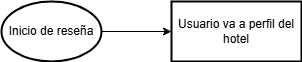
This is Flujograma de reseñas.png from DjGuetta/App-Hotel-Management, a draw.io export, as it was before one commit. Source tidied: cells renumbered, new cells last; positions are measured from the earlier drawing's top-left corner, leaving out a move shared by most shapes.
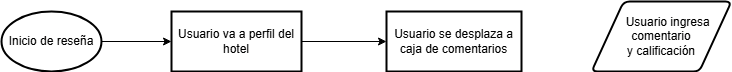
The same file after the commit.

The edit, as a diff of the source:
```diff
@@ -8,8 +8,17 @@
     <mxCell id="3" value="Inicio de reseña" style="strokeWidth=2;html=1;shape=mxgraph.flowchart.start_1;whiteSpace=wrap;" parent="1" vertex="1">
       <mxGeometry width="100" height="60" as="geometry" />
     </mxCell>
+    <mxCell id="5" style="edgeStyle=orthogonalEdgeStyle;rounded=0;jettySize=auto;html=1;" parent="1" edge="1" source="4" target="6">
+      <mxGeometry relative="1" as="geometry" />
+    </mxCell>
     <mxCell id="4" value="Usuario va a perfil del hotel" style="whiteSpace=wrap;html=1;strokeWidth=2;" parent="1" vertex="1">
       <mxGeometry x="170" width="130" height="60" as="geometry" />
     </mxCell>
+    <mxCell id="6" value="Usuario se desplaza a caja de comentarios" style="whiteSpace=wrap;html=1;strokeWidth=2;" parent="1" vertex="1">
+      <mxGeometry x="385" width="135" height="60" as="geometry" />
+    </mxCell>
+    <mxCell id="7" value="&amp;nbsp; &amp;nbsp; Usuario ingresa comentario&lt;div&gt;y calificación&lt;/div&gt;" style="shape=parallelogram;html=1;strokeWidth=2;perimeter=parallelogramPerimeter;whiteSpace=wrap;rounded=1;arcSize=12;size=0.23;" parent="1" vertex="1">
+      <mxGeometry x="590" y="-10" width="140" height="70" as="geometry" />
+    </mxCell>
   </root>
 </mxGraphModel>
```
